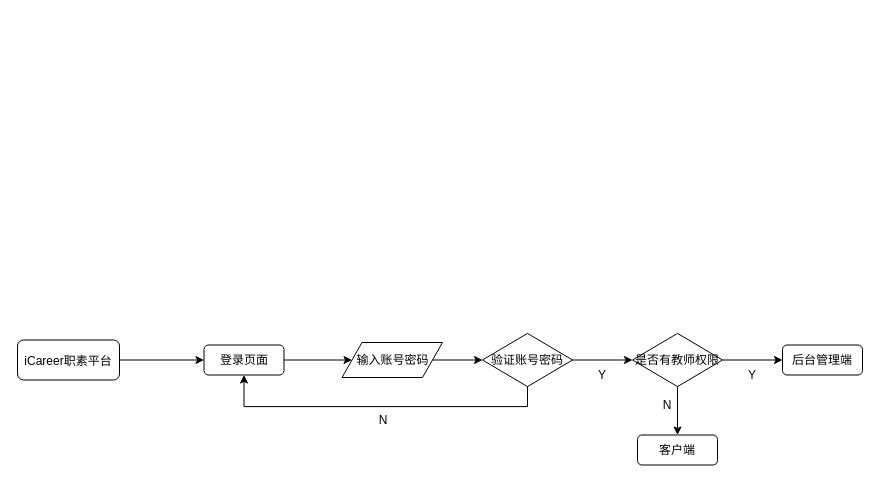
FlowerSea-Lu/iCareer keeps this draw.io diagram as img/管理员执行流程图.drawio. Above is the earlier version. Source tidied: cells renumbered, new cells numbered last; positions are measured from the earlier drawing's top-left corner, leaving out a move shared by most shapes. Both pictures are drawn from the tidied source at 100%, with x=0, y=0 at pixel (17, 333).
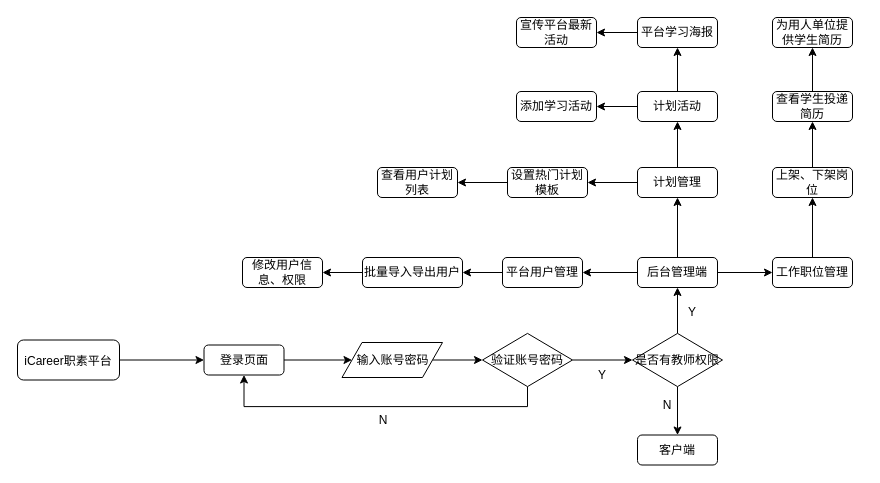
The same diagram, later.

Commit message (it also covers changes not shown here):
更新管理员执行流程图.drawio

Unchanged cells that the change refers to:
```xml
<mxCell id="14" value="是否有教师权限" style="rhombus;whiteSpace=wrap;html=1;rounded=0;" parent="1" vertex="1">
  <mxGeometry x="615" y="-0.1" width="90" height="53.2" as="geometry" />
</mxCell>
<mxCell id="18" value="客户端" style="rounded=1;whiteSpace=wrap;html=1;" parent="1" vertex="1">
  <mxGeometry x="620" y="101.5" width="80" height="30" as="geometry" />
</mxCell>
```

Change to the diagram source:
```diff
@@
+    <mxCell id="13" style="edgeStyle=orthogonalEdgeStyle;rounded=0;jettySize=auto;html=1;exitX=0.5;exitY=1;exitDx=0;exitDy=0;" parent="1" edge="1" source="14" target="18">
+      <mxGeometry relative="1" as="geometry" />
+    </mxCell>
-    <mxCell id="12" style="edgeStyle=orthogonalEdgeStyle;rounded=0;jettySize=auto;html=1;exitX=1;exitY=0.5;exitDx=0;exitDy=0;" parent="1" edge="1" source="14" target="16">
+    <mxCell id="12" style="edgeStyle=orthogonalEdgeStyle;rounded=0;jettySize=auto;html=1;exitX=0.5;exitY=0;exitDx=0;exitDy=0;entryX=0.5;entryY=1;entryDx=0;entryDy=0;" parent="1" edge="1" source="14" target="16">
       <mxGeometry relative="1" as="geometry" />
     </mxCell>
-    <mxCell id="13" style="edgeStyle=orthogonalEdgeStyle;rounded=0;jettySize=auto;html=1;exitX=0.5;exitY=1;exitDx=0;exitDy=0;" parent="1" edge="1" source="14" target="18">
-      <mxGeometry relative="1" as="geometry" />
-    </mxCell>
@@
+    <mxCell id="20" style="edgeStyle=orthogonalEdgeStyle;rounded=0;jettySize=auto;html=1;exitX=0;exitY=0.5;exitDx=0;exitDy=0;entryX=1;entryY=0.5;entryDx=0;entryDy=0;" parent="1" edge="1" source="16" target="24">
+      <mxGeometry relative="1" as="geometry" />
+    </mxCell>
+    <mxCell id="21" style="edgeStyle=orthogonalEdgeStyle;rounded=0;jettySize=auto;html=1;exitX=0.5;exitY=0;exitDx=0;exitDy=0;entryX=0.5;entryY=1;entryDx=0;entryDy=0;" parent="1" edge="1" source="16" target="30">
+      <mxGeometry relative="1" as="geometry" />
+    </mxCell>
+    <mxCell id="22" style="edgeStyle=orthogonalEdgeStyle;rounded=0;jettySize=auto;html=1;exitX=1;exitY=0.5;exitDx=0;exitDy=0;entryX=0;entryY=0.5;entryDx=0;entryDy=0;" parent="1" edge="1" source="16" target="42">
+      <mxGeometry relative="1" as="geometry" />
+    </mxCell>
     <mxCell id="16" value="后台管理端" style="rounded=1;whiteSpace=wrap;html=1;" parent="1" vertex="1">
-      <mxGeometry x="765" y="11.5" width="80" height="30" as="geometry" />
+      <mxGeometry x="620" y="-76" width="80" height="30" as="geometry" />
     </mxCell>
     <mxCell id="17" value="Y" style="text;html=1;strokeColor=none;fillColor=none;align=center;verticalAlign=middle;whiteSpace=wrap;rounded=0;" parent="1" vertex="1">
-      <mxGeometry x="705" y="26.5" width="60" height="30" as="geometry" />
+      <mxGeometry x="645" y="-36" width="60" height="30" as="geometry" />
     </mxCell>
@@
+    <mxCell id="23" style="edgeStyle=orthogonalEdgeStyle;rounded=0;jettySize=auto;html=1;exitX=0;exitY=0.5;exitDx=0;exitDy=0;" parent="1" edge="1" source="24" target="26">
+      <mxGeometry relative="1" as="geometry" />
+    </mxCell>
+    <mxCell id="24" value="平台用户管理" style="rounded=1;whiteSpace=wrap;html=1;" parent="1" vertex="1">
+      <mxGeometry x="485" y="-76" width="80" height="30" as="geometry" />
+    </mxCell>
+    <mxCell id="25" style="edgeStyle=orthogonalEdgeStyle;rounded=0;jettySize=auto;html=1;exitX=0;exitY=0.5;exitDx=0;exitDy=0;entryX=1;entryY=0.5;entryDx=0;entryDy=0;" parent="1" edge="1" source="26" target="27">
+      <mxGeometry relative="1" as="geometry" />
+    </mxCell>
+    <mxCell id="26" value="批量导入导出用户" style="rounded=1;whiteSpace=wrap;html=1;" parent="1" vertex="1">
+      <mxGeometry x="345" y="-76" width="100" height="30" as="geometry" />
+    </mxCell>
+    <mxCell id="27" value="修改用户信息、权限" style="rounded=1;whiteSpace=wrap;html=1;" parent="1" vertex="1">
+      <mxGeometry x="225" y="-76" width="80" height="30" as="geometry" />
+    </mxCell>
+    <mxCell id="28" style="edgeStyle=orthogonalEdgeStyle;rounded=0;jettySize=auto;html=1;exitX=0;exitY=0.5;exitDx=0;exitDy=0;entryX=1;entryY=0.5;entryDx=0;entryDy=0;" parent="1" edge="1" source="30" target="32">
+      <mxGeometry relative="1" as="geometry" />
+    </mxCell>
+    <mxCell id="29" style="edgeStyle=orthogonalEdgeStyle;rounded=0;jettySize=auto;html=1;exitX=0.5;exitY=0;exitDx=0;exitDy=0;entryX=0.5;entryY=1;entryDx=0;entryDy=0;" parent="1" edge="1" source="30" target="36">
+      <mxGeometry relative="1" as="geometry" />
+    </mxCell>
+    <mxCell id="30" value="计划管理" style="rounded=1;whiteSpace=wrap;html=1;" parent="1" vertex="1">
+      <mxGeometry x="620" y="-166" width="80" height="30" as="geometry" />
+    </mxCell>
+    <mxCell id="31" style="edgeStyle=orthogonalEdgeStyle;rounded=0;jettySize=auto;html=1;exitX=0;exitY=0.5;exitDx=0;exitDy=0;" parent="1" edge="1" source="32" target="33">
+      <mxGeometry relative="1" as="geometry" />
+    </mxCell>
+    <mxCell id="32" value="设置热门计划模板" style="rounded=1;whiteSpace=wrap;html=1;" parent="1" vertex="1">
+      <mxGeometry x="490" y="-166" width="80" height="30" as="geometry" />
+    </mxCell>
+    <mxCell id="33" value="查看用户计划列表" style="rounded=1;whiteSpace=wrap;html=1;" parent="1" vertex="1">
+      <mxGeometry x="360" y="-166" width="80" height="30" as="geometry" />
+    </mxCell>
+    <mxCell id="34" style="edgeStyle=orthogonalEdgeStyle;rounded=0;jettySize=auto;html=1;exitX=0;exitY=0.5;exitDx=0;exitDy=0;entryX=1;entryY=0.5;entryDx=0;entryDy=0;" parent="1" edge="1" source="36" target="37">
+      <mxGeometry relative="1" as="geometry" />
+    </mxCell>
+    <mxCell id="35" style="edgeStyle=orthogonalEdgeStyle;rounded=0;jettySize=auto;html=1;exitX=0.5;exitY=0;exitDx=0;exitDy=0;entryX=0.5;entryY=1;entryDx=0;entryDy=0;" parent="1" edge="1" source="36" target="39">
+      <mxGeometry relative="1" as="geometry" />
+    </mxCell>
+    <mxCell id="36" value="计划活动" style="rounded=1;whiteSpace=wrap;html=1;" parent="1" vertex="1">
+      <mxGeometry x="620" y="-242" width="80" height="30" as="geometry" />
+    </mxCell>
+    <mxCell id="37" value="添加学习活动" style="rounded=1;whiteSpace=wrap;html=1;" parent="1" vertex="1">
+      <mxGeometry x="499" y="-242" width="80" height="30" as="geometry" />
+    </mxCell>
+    <mxCell id="38" style="edgeStyle=orthogonalEdgeStyle;rounded=0;jettySize=auto;html=1;exitX=0;exitY=0.5;exitDx=0;exitDy=0;" parent="1" edge="1" source="39" target="40">
+      <mxGeometry relative="1" as="geometry" />
+    </mxCell>
+    <mxCell id="39" value="平台学习海报" style="rounded=1;whiteSpace=wrap;html=1;" parent="1" vertex="1">
+      <mxGeometry x="620" y="-316" width="80" height="30" as="geometry" />
+    </mxCell>
+    <mxCell id="40" value="宣传平台最新活动" style="rounded=1;whiteSpace=wrap;html=1;" parent="1" vertex="1">
+      <mxGeometry x="499" y="-316" width="80" height="30" as="geometry" />
+    </mxCell>
+    <mxCell id="41" style="edgeStyle=orthogonalEdgeStyle;rounded=0;jettySize=auto;html=1;exitX=0.5;exitY=0;exitDx=0;exitDy=0;entryX=0.5;entryY=1;entryDx=0;entryDy=0;" parent="1" edge="1" source="42" target="44">
+      <mxGeometry relative="1" as="geometry" />
+    </mxCell>
+    <mxCell id="42" value="工作职位管理" style="rounded=1;whiteSpace=wrap;html=1;" parent="1" vertex="1">
+      <mxGeometry x="755" y="-76" width="80" height="30" as="geometry" />
+    </mxCell>
+    <mxCell id="43" style="edgeStyle=orthogonalEdgeStyle;rounded=0;jettySize=auto;html=1;exitX=0.5;exitY=0;exitDx=0;exitDy=0;entryX=0.5;entryY=1;entryDx=0;entryDy=0;" parent="1" edge="1" source="44" target="46">
+      <mxGeometry relative="1" as="geometry" />
+    </mxCell>
+    <mxCell id="44" value="上架、下架岗位" style="rounded=1;whiteSpace=wrap;html=1;" parent="1" vertex="1">
+      <mxGeometry x="755" y="-166" width="80" height="30" as="geometry" />
+    </mxCell>
+    <mxCell id="45" style="edgeStyle=orthogonalEdgeStyle;rounded=0;jettySize=auto;html=1;exitX=0.5;exitY=0;exitDx=0;exitDy=0;entryX=0.5;entryY=1;entryDx=0;entryDy=0;" parent="1" edge="1" source="46" target="47">
+      <mxGeometry relative="1" as="geometry" />
+    </mxCell>
+    <mxCell id="46" value="查看学生投递简历" style="rounded=1;whiteSpace=wrap;html=1;" parent="1" vertex="1">
+      <mxGeometry x="755" y="-242" width="80" height="30" as="geometry" />
+    </mxCell>
+    <mxCell id="47" value="为用人单位提供学生简历" style="rounded=1;whiteSpace=wrap;html=1;" parent="1" vertex="1">
+      <mxGeometry x="755" y="-316" width="80" height="30" as="geometry" />
+    </mxCell>
```
